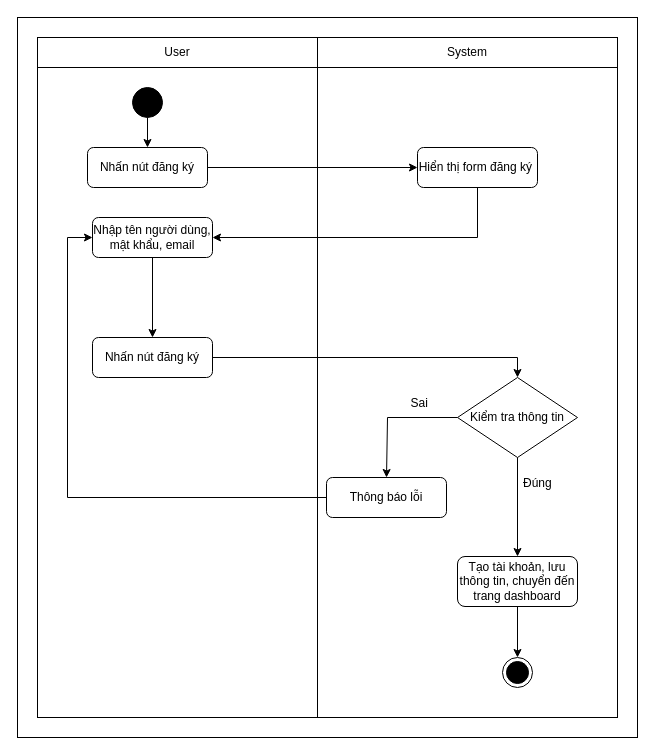
Above: page "logup" (2 of 13) of 2.basic-dessign/feature-description/image/activitty-diagram.drawio in myle1003/clothing-and-accessories-store (draw.io), before the change. Source tidied: cells renumbered, new cells numbered last; positions are measured from the earlier drawing's top-left corner, leaving out a move shared by most shapes. Both pictures are drawn from the tidied source at 100%, with x=0, y=0 at pixel (17, 17).
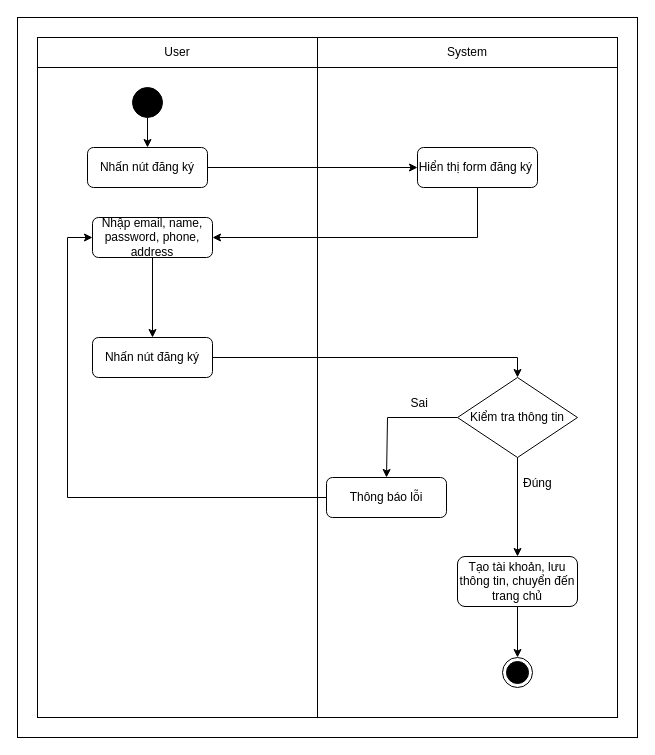
Above is the later version.

Diff of the diagram source:
```diff
@@
-    <mxCell id="10" value="Nhập tên người dùng, mật khẩu, email" style="rounded=1;whiteSpace=wrap;html=1;fillColor=#FFFFFF;" parent="1" vertex="1">
+    <mxCell id="10" value="Nhập email, name, password, phone, address" style="rounded=1;whiteSpace=wrap;html=1;fillColor=#FFFFFF;" parent="1" vertex="1">
       <mxGeometry x="75" y="200" width="120" height="40" as="geometry" />
     </mxCell>
@@
-    <mxCell id="24" value="Tạo tài khoản, lưu thông tin, chuyển đến trang dashboard" style="rounded=1;whiteSpace=wrap;html=1;fillColor=#FFFFFF;" parent="1" vertex="1">
+    <mxCell id="24" value="Tạo tài khoản, lưu thông tin, chuyển đến trang chủ" style="rounded=1;whiteSpace=wrap;html=1;fillColor=#FFFFFF;" parent="1" vertex="1">
       <mxGeometry x="440" y="539" width="120" height="50" as="geometry" />
     </mxCell>
```
